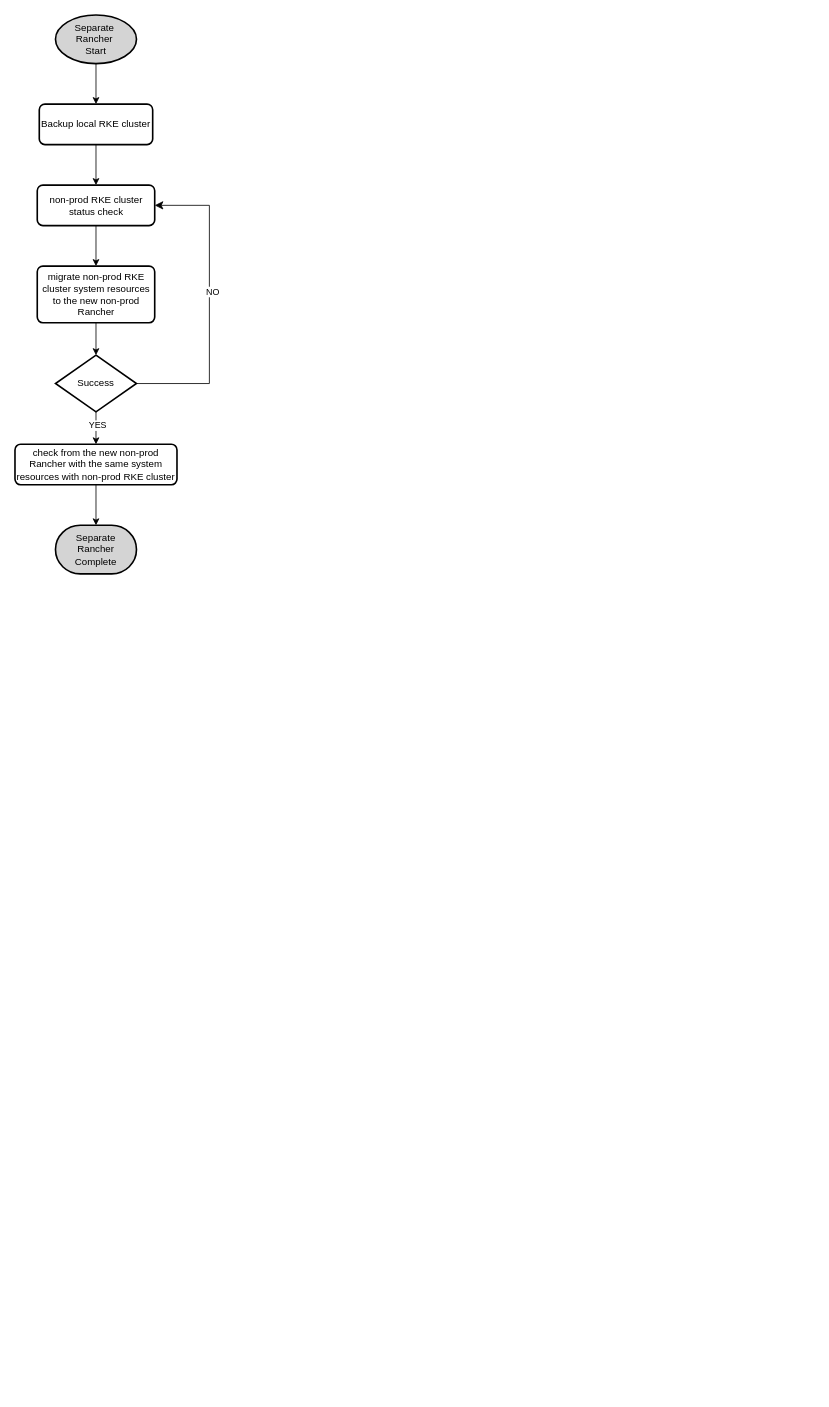
Above: img/replatform-process.drawio in JacieChao/jacie-docs (draw.io), before the change. Source tidied: cells renumbered, new cells numbered last; positions are measured from the earlier drawing's top-left corner, leaving out a move shared by most shapes. Both pictures are drawn from the tidied source at 81%, with x=0, y=0 at pixel (15, 15).
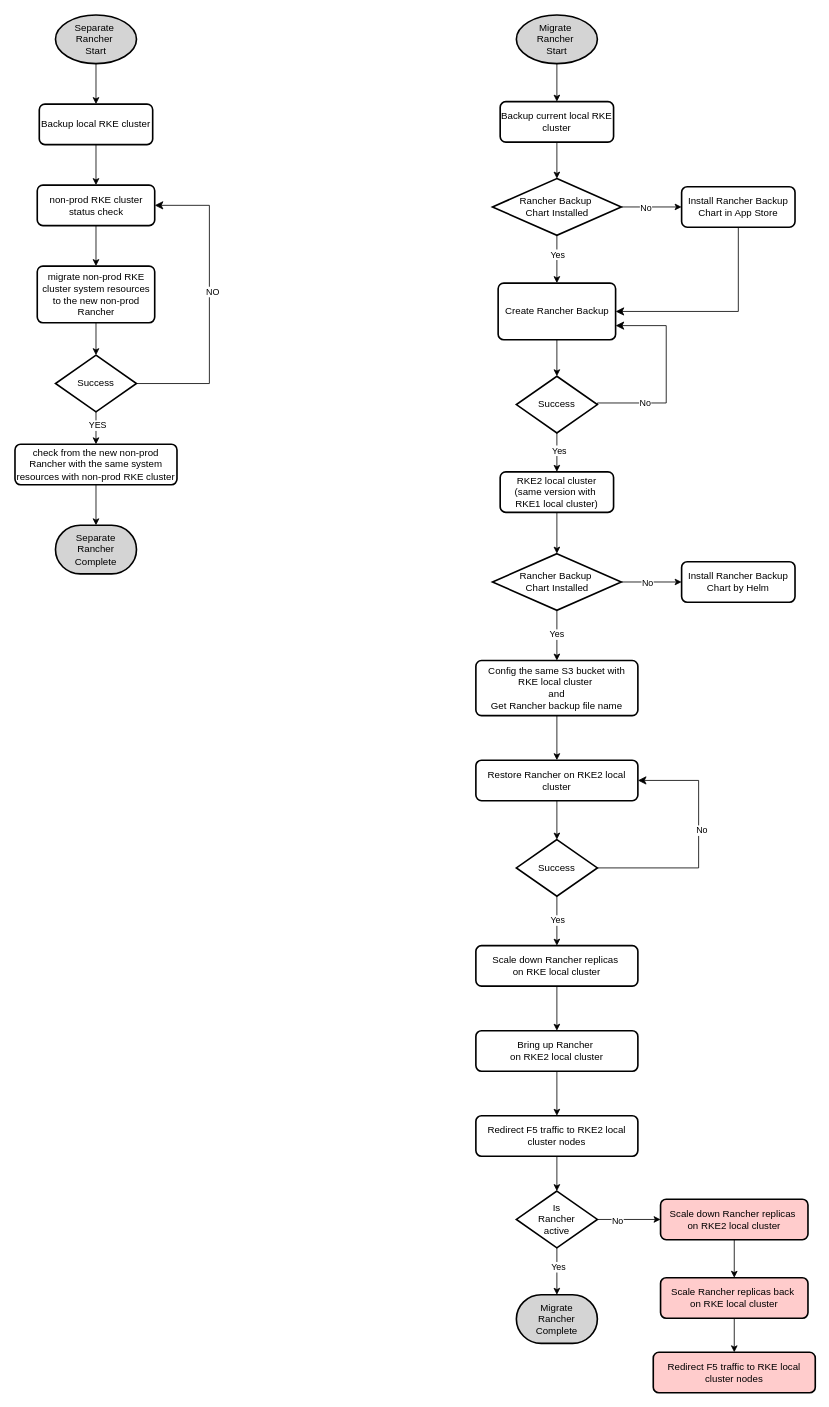
The same page after the edit.

What changed in the source:
```diff
@@
-<mxGraphModel>
+<mxGraphModel background="#ffffff">
@@
+    <mxCell id="18" style="edgeStyle=orthogonalEdgeStyle;rounded=0;jettySize=auto;html=1;" parent="1" edge="1" source="19" target="26">
+      <mxGeometry relative="1" as="geometry" />
+    </mxCell>
+    <mxCell id="19" value="Migrate&amp;nbsp;&lt;div&gt;Rancher&amp;nbsp;&lt;/div&gt;&lt;div&gt;Start&lt;/div&gt;" style="strokeWidth=2;html=1;shape=mxgraph.flowchart.start_1;whiteSpace=wrap;fillColor=light-dark(#D4D4D4,var(--ge-dark-color, #121212));" parent="1" vertex="1">
+      <mxGeometry x="619" width="100" height="60" as="geometry" />
+    </mxCell>
+    <mxCell id="20" style="edgeStyle=orthogonalEdgeStyle;rounded=0;jettySize=auto;html=1;" parent="1" edge="1" source="24" target="28">
+      <mxGeometry relative="1" as="geometry" />
+    </mxCell>
+    <mxCell id="21" value="Yes" style="edgeLabel;html=1;align=center;verticalAlign=middle;" parent="20" vertex="1">
+      <mxGeometry x="-0.22" relative="1" as="geometry" />
+    </mxCell>
+    <mxCell id="22" style="edgeStyle=orthogonalEdgeStyle;rounded=0;jettySize=auto;html=1;" parent="1" edge="1" source="24" target="36">
+      <mxGeometry relative="1" as="geometry" />
+    </mxCell>
+    <mxCell id="23" value="No" style="edgeLabel;html=1;align=center;verticalAlign=middle;" parent="22" vertex="1">
+      <mxGeometry x="-0.23" y="-1" relative="1" as="geometry">
+        <mxPoint x="1" as="offset" />
+      </mxGeometry>
+    </mxCell>
+    <mxCell id="24" value="Rancher Backup&amp;nbsp;&lt;div&gt;Chart Installed&lt;/div&gt;" style="strokeWidth=2;html=1;shape=mxgraph.flowchart.decision;whiteSpace=wrap;" parent="1" vertex="1">
+      <mxGeometry x="589.5" y="202" width="159" height="70" as="geometry" />
+    </mxCell>
+    <mxCell id="25" style="edgeStyle=orthogonalEdgeStyle;rounded=0;jettySize=auto;html=1;" parent="1" edge="1" source="26" target="24">
+      <mxGeometry relative="1" as="geometry" />
+    </mxCell>
+    <mxCell id="26" value="Backup current local RKE cluster" style="rounded=1;whiteSpace=wrap;html=1;absoluteArcSize=1;arcSize=14;strokeWidth=2;" parent="1" vertex="1">
+      <mxGeometry x="599" y="107" width="140" height="50" as="geometry" />
+    </mxCell>
+    <mxCell id="27" style="edgeStyle=orthogonalEdgeStyle;rounded=0;jettySize=auto;html=1;" parent="1" edge="1" source="28" target="31">
+      <mxGeometry relative="1" as="geometry" />
+    </mxCell>
+    <mxCell id="28" value="Create Rancher Backup" style="rounded=1;whiteSpace=wrap;html=1;absoluteArcSize=1;arcSize=14;strokeWidth=2;" parent="1" vertex="1">
+      <mxGeometry x="596.5" y="331" width="145" height="70" as="geometry" />
+    </mxCell>
+    <mxCell id="29" style="edgeStyle=orthogonalEdgeStyle;rounded=0;jettySize=auto;html=1;" parent="1" edge="1" source="31" target="35">
+      <mxGeometry relative="1" as="geometry" />
+    </mxCell>
+    <mxCell id="30" value="Yes" style="edgeLabel;html=1;align=center;verticalAlign=middle;" parent="29" vertex="1">
+      <mxGeometry x="-0.12" y="2" relative="1" as="geometry" />
+    </mxCell>
+    <mxCell id="31" value="Success" style="strokeWidth=2;html=1;shape=mxgraph.flowchart.decision;whiteSpace=wrap;" parent="1" vertex="1">
+      <mxGeometry x="619" y="446" width="100" height="70" as="geometry" />
+    </mxCell>
+    <mxCell id="32" style="edgeStyle=orthogonalEdgeStyle;rounded=0;jettySize=auto;html=1;" parent="1" edge="1" source="33" target="50">
+      <mxGeometry relative="1" as="geometry" />
+    </mxCell>
+    <mxCell id="33" value="Restore Rancher on RKE2 local cluster" style="rounded=1;whiteSpace=wrap;html=1;absoluteArcSize=1;arcSize=14;strokeWidth=2;" parent="1" vertex="1">
+      <mxGeometry x="569" y="920" width="200" height="50" as="geometry" />
+    </mxCell>
+    <mxCell id="34" style="edgeStyle=orthogonalEdgeStyle;rounded=0;jettySize=auto;html=1;" parent="1" edge="1" source="35" target="46">
+      <mxGeometry relative="1" as="geometry" />
+    </mxCell>
+    <mxCell id="35" value="RKE2 local cluster&lt;div&gt;(same version with&amp;nbsp;&lt;/div&gt;&lt;div&gt;RKE1 local cluster)&lt;/div&gt;" style="rounded=1;whiteSpace=wrap;html=1;absoluteArcSize=1;arcSize=14;strokeWidth=2;" parent="1" vertex="1">
+      <mxGeometry x="599" y="564" width="140" height="50" as="geometry" />
+    </mxCell>
+    <mxCell id="36" value="Install Rancher Backup&lt;div&gt;Chart in App Store&lt;/div&gt;" style="rounded=1;whiteSpace=wrap;html=1;absoluteArcSize=1;arcSize=14;strokeWidth=2;" parent="1" vertex="1">
+      <mxGeometry x="823" y="212" width="140" height="50" as="geometry" />
+    </mxCell>
+    <mxCell id="37" style="edgeStyle=segmentEdgeStyle;endArrow=classic;html=1;curved=0;rounded=0;endSize=8;startSize=8;exitX=0.5;exitY=1;exitDx=0;exitDy=0;entryX=1;entryY=0.5;entryDx=0;entryDy=0;" parent="1" edge="1" source="36" target="28">
+      <mxGeometry relative="1" as="geometry">
+        <Array as="points">
+          <mxPoint x="893" y="366" />
+        </Array>
+      </mxGeometry>
+    </mxCell>
+    <mxCell id="38" style="edgeStyle=segmentEdgeStyle;endArrow=classic;html=1;curved=0;rounded=0;endSize=8;startSize=8;exitX=1;exitY=0.5;exitDx=0;exitDy=0;exitPerimeter=0;entryX=1;entryY=0.75;entryDx=0;entryDy=0;" parent="1" edge="1" source="31" target="28">
+      <mxGeometry relative="1" as="geometry">
+        <Array as="points">
+          <mxPoint x="719" y="479" />
+          <mxPoint x="804" y="479" />
+          <mxPoint x="804" y="384" />
+        </Array>
+      </mxGeometry>
+    </mxCell>
+    <mxCell id="39" value="No" style="edgeLabel;html=1;align=center;verticalAlign=middle;" parent="38" vertex="1">
+      <mxGeometry x="-0.51" y="1" relative="1" as="geometry" />
+    </mxCell>
+    <mxCell id="40" style="edgeStyle=orthogonalEdgeStyle;rounded=0;jettySize=auto;html=1;" parent="1" edge="1" source="41" target="33">
+      <mxGeometry relative="1" as="geometry" />
+    </mxCell>
+    <mxCell id="41" value="Config the same S3 bucket with&lt;div&gt;RKE local cluster&amp;nbsp;&lt;/div&gt;&lt;div&gt;and&lt;/div&gt;&lt;div&gt;Get Rancher backup file name&lt;/div&gt;" style="rounded=1;whiteSpace=wrap;html=1;absoluteArcSize=1;arcSize=14;strokeWidth=2;" parent="1" vertex="1">
+      <mxGeometry x="569" y="797" width="200" height="68" as="geometry" />
+    </mxCell>
+    <mxCell id="42" style="edgeStyle=orthogonalEdgeStyle;rounded=0;jettySize=auto;html=1;" parent="1" edge="1" source="46" target="47">
+      <mxGeometry relative="1" as="geometry" />
+    </mxCell>
+    <mxCell id="43" value="No" style="edgeLabel;html=1;align=center;verticalAlign=middle;" parent="42" vertex="1">
+      <mxGeometry x="-0.13" y="-1" relative="1" as="geometry" />
+    </mxCell>
+    <mxCell id="44" style="edgeStyle=orthogonalEdgeStyle;rounded=0;jettySize=auto;html=1;" parent="1" edge="1" source="46" target="41">
+      <mxGeometry relative="1" as="geometry" />
+    </mxCell>
+    <mxCell id="45" value="Yes" style="edgeLabel;html=1;align=center;verticalAlign=middle;" parent="44" vertex="1">
+      <mxGeometry x="-0.06" y="-1" relative="1" as="geometry" />
+    </mxCell>
+    <mxCell id="46" value="Rancher Backup&amp;nbsp;&lt;div&gt;Chart Installed&lt;/div&gt;" style="strokeWidth=2;html=1;shape=mxgraph.flowchart.decision;whiteSpace=wrap;" parent="1" vertex="1">
+      <mxGeometry x="589.5" y="665" width="159" height="70" as="geometry" />
+    </mxCell>
+    <mxCell id="47" value="Install Rancher Backup&lt;div&gt;Chart by Helm&lt;/div&gt;" style="rounded=1;whiteSpace=wrap;html=1;absoluteArcSize=1;arcSize=14;strokeWidth=2;" parent="1" vertex="1">
+      <mxGeometry x="823" y="675" width="140" height="50" as="geometry" />
+    </mxCell>
+    <mxCell id="48" style="edgeStyle=orthogonalEdgeStyle;rounded=0;jettySize=auto;html=1;" parent="1" edge="1" source="50" target="54">
+      <mxGeometry relative="1" as="geometry" />
+    </mxCell>
+    <mxCell id="49" value="Yes" style="edgeLabel;html=1;align=center;verticalAlign=middle;" parent="48" vertex="1">
+      <mxGeometry x="-0.05" relative="1" as="geometry" />
+    </mxCell>
+    <mxCell id="50" value="Success" style="strokeWidth=2;html=1;shape=mxgraph.flowchart.decision;whiteSpace=wrap;" parent="1" vertex="1">
+      <mxGeometry x="619" y="1018" width="100" height="70" as="geometry" />
+    </mxCell>
+    <mxCell id="51" style="edgeStyle=segmentEdgeStyle;endArrow=classic;html=1;curved=0;rounded=0;endSize=8;startSize=8;exitX=1;exitY=0.5;exitDx=0;exitDy=0;exitPerimeter=0;entryX=1;entryY=0.5;entryDx=0;entryDy=0;" parent="1" edge="1" source="50" target="33">
+      <mxGeometry relative="1" as="geometry">
+        <Array as="points">
+          <mxPoint x="844" y="1053" />
+          <mxPoint x="844" y="945" />
+        </Array>
+      </mxGeometry>
+    </mxCell>
+    <mxCell id="52" value="No" style="edgeLabel;html=1;align=center;verticalAlign=middle;" parent="51" vertex="1">
+      <mxGeometry x="0.12" y="-3" relative="1" as="geometry" />
+    </mxCell>
+    <mxCell id="53" style="edgeStyle=orthogonalEdgeStyle;rounded=0;jettySize=auto;html=1;" parent="1" edge="1" source="54" target="56">
+      <mxGeometry relative="1" as="geometry" />
+    </mxCell>
+    <mxCell id="54" value="Scale down Rancher replicas&amp;nbsp;&lt;div&gt;on RKE local cluster&lt;/div&gt;" style="rounded=1;whiteSpace=wrap;html=1;absoluteArcSize=1;arcSize=14;strokeWidth=2;" parent="1" vertex="1">
+      <mxGeometry x="569" y="1149" width="200" height="50" as="geometry" />
+    </mxCell>
+    <mxCell id="55" style="edgeStyle=orthogonalEdgeStyle;rounded=0;jettySize=auto;html=1;" parent="1" edge="1" source="56" target="58">
+      <mxGeometry relative="1" as="geometry" />
+    </mxCell>
+    <mxCell id="56" value="Bring up Rancher&amp;nbsp;&lt;div&gt;on RKE2 local cluster&lt;/div&gt;" style="rounded=1;whiteSpace=wrap;html=1;absoluteArcSize=1;arcSize=14;strokeWidth=2;" parent="1" vertex="1">
+      <mxGeometry x="569" y="1254" width="200" height="50" as="geometry" />
+    </mxCell>
+    <mxCell id="57" style="edgeStyle=orthogonalEdgeStyle;rounded=0;jettySize=auto;html=1;" parent="1" edge="1" source="58" target="63">
+      <mxGeometry relative="1" as="geometry" />
+    </mxCell>
+    <mxCell id="58" value="Redirect F5 traffic to RKE2 local cluster nodes" style="rounded=1;whiteSpace=wrap;html=1;absoluteArcSize=1;arcSize=14;strokeWidth=2;" parent="1" vertex="1">
+      <mxGeometry x="569" y="1359" width="200" height="50" as="geometry" />
+    </mxCell>
+    <mxCell id="59" style="edgeStyle=orthogonalEdgeStyle;rounded=0;jettySize=auto;html=1;" parent="1" edge="1" source="63" target="64">
+      <mxGeometry relative="1" as="geometry" />
+    </mxCell>
+    <mxCell id="60" value="Yes" style="edgeLabel;html=1;align=center;verticalAlign=middle;" parent="59" vertex="1">
+      <mxGeometry x="-0.21" y="1" relative="1" as="geometry" />
+    </mxCell>
+    <mxCell id="61" style="edgeStyle=orthogonalEdgeStyle;rounded=0;jettySize=auto;html=1;" parent="1" edge="1" source="63" target="66">
+      <mxGeometry relative="1" as="geometry" />
+    </mxCell>
+    <mxCell id="62" value="No" style="edgeLabel;html=1;align=center;verticalAlign=middle;" parent="61" vertex="1">
+      <mxGeometry x="-0.38" y="-1" relative="1" as="geometry" />
+    </mxCell>
+    <mxCell id="63" value="Is&lt;div&gt;Rancher&lt;/div&gt;&lt;div&gt;active&lt;/div&gt;" style="strokeWidth=2;html=1;shape=mxgraph.flowchart.decision;whiteSpace=wrap;" parent="1" vertex="1">
+      <mxGeometry x="619" y="1452" width="100" height="70" as="geometry" />
+    </mxCell>
+    <mxCell id="64" value="&lt;div&gt;Migrate&lt;/div&gt;&lt;div&gt;Rancher&lt;/div&gt;&lt;div&gt;Complete&lt;/div&gt;" style="strokeWidth=2;html=1;shape=mxgraph.flowchart.terminator;whiteSpace=wrap;fillColor=light-dark(#D4D4D4,var(--ge-dark-color, #121212));" parent="1" vertex="1">
+      <mxGeometry x="619" y="1580" width="100" height="60" as="geometry" />
+    </mxCell>
+    <mxCell id="65" style="edgeStyle=orthogonalEdgeStyle;rounded=0;jettySize=auto;html=1;" parent="1" edge="1" source="66" target="68">
+      <mxGeometry relative="1" as="geometry" />
+    </mxCell>
+    <mxCell id="66" value="Scale down Rancher replicas&amp;nbsp;&lt;div&gt;on RKE2 local cluster&lt;/div&gt;" style="rounded=1;whiteSpace=wrap;html=1;absoluteArcSize=1;arcSize=14;strokeWidth=2;fillColor=light-dark(#FFCCCC,var(--ge-dark-color, #121212));" parent="1" vertex="1">
+      <mxGeometry x="797" y="1462" width="182" height="50" as="geometry" />
+    </mxCell>
+    <mxCell id="67" style="edgeStyle=orthogonalEdgeStyle;rounded=0;jettySize=auto;html=1;" parent="1" edge="1" source="68" target="69">
+      <mxGeometry relative="1" as="geometry" />
+    </mxCell>
+    <mxCell id="68" value="Scale Rancher replicas back&amp;nbsp;&lt;div&gt;on RKE local cluster&lt;/div&gt;" style="rounded=1;whiteSpace=wrap;html=1;absoluteArcSize=1;arcSize=14;strokeWidth=2;fillColor=light-dark(#FFCCCC,var(--ge-dark-color, #121212));" parent="1" vertex="1">
+      <mxGeometry x="797" y="1559" width="182" height="50" as="geometry" />
+    </mxCell>
+    <mxCell id="69" value="Redirect F5 traffic to RKE local cluster nodes" style="rounded=1;whiteSpace=wrap;html=1;absoluteArcSize=1;arcSize=14;strokeWidth=2;fillColor=light-dark(#FFCCCC,var(--ge-dark-color, #121212));" parent="1" vertex="1">
+      <mxGeometry x="788" y="1651" width="200" height="50" as="geometry" />
+    </mxCell>
```
